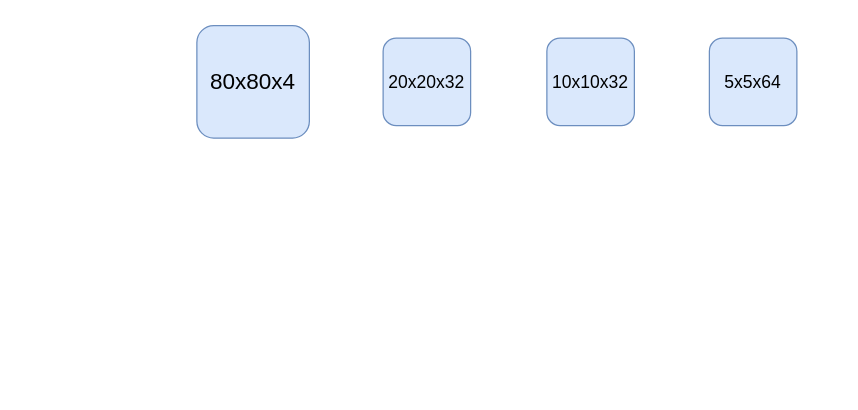
The draw.io diagram DQN网络结构.drawio in Zhou-AY/hello-world, before the edit. Source tidied: cells renumbered, new cells numbered last; positions are measured from the earlier drawing's top-left corner, leaving out a move shared by most shapes. Both pictures are drawn from the tidied source at 125%, with x=0, y=0 at pixel (196, 25). Pictures stored in the file or linked from it are replaced by grey dashed boxes.
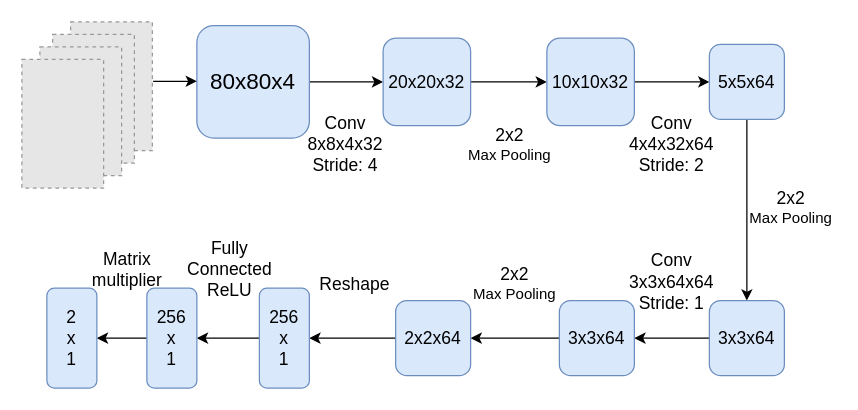
The same page after the edit.

Commit message (it also covers changes not shown here):
更新DQN网络结构.drawio

The change refers to these unchanged cells:
```xml
<mxCell id="2" value="&lt;font style=&quot;font-size: 18px;&quot;&gt;80x80x4&lt;/font&gt;" style="rounded=1;whiteSpace=wrap;html=1;fillColor=#dae8fc;strokeColor=#6c8ebf;" parent="1" vertex="1">
  <mxGeometry width="90" height="90" as="geometry" />
</mxCell>
<mxCell id="3" value="&lt;font style=&quot;font-size: 14px;&quot;&gt;20x20x32&lt;/font&gt;" style="rounded=1;whiteSpace=wrap;html=1;fillColor=#dae8fc;strokeColor=#6c8ebf;" parent="1" vertex="1">
  <mxGeometry x="149" y="10" width="70" height="70" as="geometry" />
</mxCell>
<mxCell id="4" value="&lt;font style=&quot;font-size: 14px;&quot;&gt;10x10x32&lt;/font&gt;" style="rounded=1;whiteSpace=wrap;html=1;fillColor=#dae8fc;strokeColor=#6c8ebf;" parent="1" vertex="1">
  <mxGeometry x="280" y="10" width="70" height="70" as="geometry" />
</mxCell>
```

The edit, as a diff of the source:
```diff
@@
+    <mxCell id="6" style="edgeStyle=orthogonalEdgeStyle;rounded=0;jettySize=auto;html=1;exitX=1;exitY=0.5;exitDx=0;exitDy=0;entryX=0;entryY=0.5;entryDx=0;entryDy=0;" parent="1" edge="1" source="2" target="3">
+      <mxGeometry relative="1" as="geometry" />
+    </mxCell>
@@
+    <mxCell id="7" style="edgeStyle=orthogonalEdgeStyle;rounded=0;jettySize=auto;html=1;exitX=1;exitY=0.5;exitDx=0;exitDy=0;entryX=0;entryY=0.5;entryDx=0;entryDy=0;" parent="1" edge="1" source="3" target="4">
+      <mxGeometry relative="1" as="geometry" />
+    </mxCell>
@@
+    <mxCell id="8" style="edgeStyle=orthogonalEdgeStyle;rounded=0;jettySize=auto;html=1;exitX=1;exitY=0.5;exitDx=0;exitDy=0;entryX=0;entryY=0.5;entryDx=0;entryDy=0;" parent="1" edge="1" source="4" target="5">
+      <mxGeometry relative="1" as="geometry" />
+    </mxCell>
@@
+    <mxCell id="9" style="edgeStyle=orthogonalEdgeStyle;rounded=0;jettySize=auto;html=1;exitX=0.5;exitY=1;exitDx=0;exitDy=0;entryX=0.5;entryY=0;entryDx=0;entryDy=0;" parent="1" edge="1" source="5" target="11">
+      <mxGeometry relative="1" as="geometry" />
+    </mxCell>
     <mxCell id="5" value="&lt;font style=&quot;font-size: 14px;&quot;&gt;5x5x64&lt;/font&gt;" style="rounded=1;whiteSpace=wrap;html=1;fillColor=#dae8fc;strokeColor=#6c8ebf;" parent="1" vertex="1">
-      <mxGeometry x="410" y="10" width="70" height="70" as="geometry" />
+      <mxGeometry x="410" y="15" width="60" height="60" as="geometry" />
     </mxCell>
+    <mxCell id="10" style="edgeStyle=orthogonalEdgeStyle;rounded=0;jettySize=auto;html=1;exitX=0;exitY=0.5;exitDx=0;exitDy=0;entryX=1;entryY=0.5;entryDx=0;entryDy=0;" parent="1" edge="1" source="11" target="13">
+      <mxGeometry relative="1" as="geometry" />
+    </mxCell>
+    <mxCell id="11" value="&lt;font style=&quot;font-size: 14px;&quot;&gt;3x3x64&lt;/font&gt;" style="rounded=1;whiteSpace=wrap;html=1;fillColor=#dae8fc;strokeColor=#6c8ebf;" parent="1" vertex="1">
+      <mxGeometry x="410" y="220" width="60" height="60" as="geometry" />
+    </mxCell>
+    <mxCell id="12" style="edgeStyle=orthogonalEdgeStyle;rounded=0;jettySize=auto;html=1;exitX=0;exitY=0.5;exitDx=0;exitDy=0;entryX=1;entryY=0.5;entryDx=0;entryDy=0;" parent="1" edge="1" source="13" target="15">
+      <mxGeometry relative="1" as="geometry" />
+    </mxCell>
+    <mxCell id="13" value="&lt;font style=&quot;font-size: 14px;&quot;&gt;3x3x64&lt;/font&gt;" style="rounded=1;whiteSpace=wrap;html=1;fillColor=#dae8fc;strokeColor=#6c8ebf;" parent="1" vertex="1">
+      <mxGeometry x="290" y="220" width="60" height="60" as="geometry" />
+    </mxCell>
+    <mxCell id="14" style="edgeStyle=orthogonalEdgeStyle;rounded=0;jettySize=auto;html=1;exitX=0;exitY=0.5;exitDx=0;exitDy=0;entryX=1;entryY=0.5;entryDx=0;entryDy=0;" parent="1" edge="1" source="15" target="17">
+      <mxGeometry relative="1" as="geometry" />
+    </mxCell>
+    <mxCell id="15" value="&lt;font style=&quot;font-size: 14px;&quot;&gt;2x2x64&lt;/font&gt;" style="rounded=1;whiteSpace=wrap;html=1;fillColor=#dae8fc;strokeColor=#6c8ebf;" parent="1" vertex="1">
+      <mxGeometry x="159" y="220" width="60" height="60" as="geometry" />
+    </mxCell>
+    <mxCell id="16" style="edgeStyle=orthogonalEdgeStyle;rounded=0;jettySize=auto;html=1;exitX=0;exitY=0.5;exitDx=0;exitDy=0;entryX=1;entryY=0.5;entryDx=0;entryDy=0;" parent="1" edge="1" source="17" target="19">
+      <mxGeometry relative="1" as="geometry" />
+    </mxCell>
+    <mxCell id="17" value="&lt;font style=&quot;font-size: 14px;&quot;&gt;256&lt;br&gt;x&lt;br&gt;1&lt;br&gt;&lt;/font&gt;" style="rounded=1;whiteSpace=wrap;html=1;fillColor=#dae8fc;strokeColor=#6c8ebf;" parent="1" vertex="1">
+      <mxGeometry x="50" y="210" width="40" height="80" as="geometry" />
+    </mxCell>
+    <mxCell id="18" style="edgeStyle=orthogonalEdgeStyle;rounded=0;jettySize=auto;html=1;exitX=0;exitY=0.5;exitDx=0;exitDy=0;entryX=1;entryY=0.5;entryDx=0;entryDy=0;" parent="1" edge="1" source="19" target="20">
+      <mxGeometry relative="1" as="geometry" />
+    </mxCell>
+    <mxCell id="19" value="&lt;font style=&quot;font-size: 14px;&quot;&gt;256&lt;br&gt;x&lt;br&gt;1&lt;br&gt;&lt;/font&gt;" style="rounded=1;whiteSpace=wrap;html=1;fillColor=#dae8fc;strokeColor=#6c8ebf;" parent="1" vertex="1">
+      <mxGeometry x="-40" y="210" width="40" height="80" as="geometry" />
+    </mxCell>
+    <mxCell id="20" value="&lt;font style=&quot;font-size: 14px;&quot;&gt;2&lt;br&gt;x&lt;br&gt;1&lt;br&gt;&lt;/font&gt;" style="rounded=1;whiteSpace=wrap;html=1;fillColor=#dae8fc;strokeColor=#6c8ebf;" parent="1" vertex="1">
+      <mxGeometry x="-120" y="210" width="40" height="80" as="geometry" />
+    </mxCell>
+    <mxCell id="21" value="&lt;font style=&quot;font-size: 14px;&quot;&gt;Conv&lt;br&gt;8x8x4x32&lt;br&gt;Stride: 4&lt;/font&gt;" style="text;html=1;strokeColor=none;fillColor=none;align=center;verticalAlign=middle;whiteSpace=wrap;rounded=0;" parent="1" vertex="1">
+      <mxGeometry x="89" y="80" width="60" height="30" as="geometry" />
+    </mxCell>
+    <mxCell id="22" value="&lt;font style=&quot;font-size: 14px;&quot;&gt;Conv&lt;br&gt;4x4x32x64&lt;br&gt;Stride: 2&lt;/font&gt;" style="text;html=1;strokeColor=none;fillColor=none;align=center;verticalAlign=middle;whiteSpace=wrap;rounded=0;" parent="1" vertex="1">
+      <mxGeometry x="350" y="80" width="60" height="30" as="geometry" />
+    </mxCell>
+    <mxCell id="23" value="&lt;span style=&quot;font-size: 14px;&quot;&gt;2x2&lt;br&gt;&lt;/span&gt;Max Pooling" style="text;html=1;strokeColor=none;fillColor=none;align=center;verticalAlign=middle;whiteSpace=wrap;rounded=0;" parent="1" vertex="1">
+      <mxGeometry x="215" y="80" width="71" height="30" as="geometry" />
+    </mxCell>
+    <mxCell id="24" value="&lt;font style=&quot;font-size: 14px;&quot;&gt;Conv&lt;br&gt;3x3x64x64&lt;br&gt;Stride: 1&lt;/font&gt;" style="text;html=1;strokeColor=none;fillColor=none;align=center;verticalAlign=middle;whiteSpace=wrap;rounded=0;" parent="1" vertex="1">
+      <mxGeometry x="350" y="190" width="60" height="30" as="geometry" />
+    </mxCell>
+    <mxCell id="25" value="&lt;span style=&quot;font-size: 14px;&quot;&gt;2x2&lt;br&gt;&lt;/span&gt;Max Pooling" style="text;html=1;strokeColor=none;fillColor=none;align=center;verticalAlign=middle;whiteSpace=wrap;rounded=0;" parent="1" vertex="1">
+      <mxGeometry x="219" y="191" width="71" height="30" as="geometry" />
+    </mxCell>
+    <mxCell id="26" value="&lt;span style=&quot;font-size: 14px;&quot;&gt;2x2&lt;br&gt;&lt;/span&gt;Max Pooling" style="text;html=1;strokeColor=none;fillColor=none;align=center;verticalAlign=middle;whiteSpace=wrap;rounded=0;" parent="1" vertex="1">
+      <mxGeometry x="440" y="130" width="71" height="30" as="geometry" />
+    </mxCell>
+    <mxCell id="27" value="&lt;span style=&quot;font-size: 14px;&quot;&gt;Reshape&lt;br&gt;&lt;/span&gt;" style="text;html=1;strokeColor=none;fillColor=none;align=center;verticalAlign=middle;whiteSpace=wrap;rounded=0;" parent="1" vertex="1">
+      <mxGeometry x="91" y="192" width="71" height="30" as="geometry" />
+    </mxCell>
+    <mxCell id="28" value="&lt;span style=&quot;font-size: 14px;&quot;&gt;Fully&lt;br&gt;Connected&lt;br&gt;ReLU&lt;br&gt;&lt;/span&gt;" style="text;html=1;strokeColor=none;fillColor=none;align=center;verticalAlign=middle;whiteSpace=wrap;rounded=0;" parent="1" vertex="1">
+      <mxGeometry x="-9" y="180" width="71" height="30" as="geometry" />
+    </mxCell>
+    <mxCell id="29" value="&lt;span style=&quot;font-size: 14px;&quot;&gt;Matrix&lt;br&gt;multiplier&lt;br&gt;&lt;/span&gt;" style="text;html=1;strokeColor=none;fillColor=none;align=center;verticalAlign=middle;whiteSpace=wrap;rounded=0;" parent="1" vertex="1">
+      <mxGeometry x="-91" y="180" width="71" height="30" as="geometry" />
+    </mxCell>
+    <mxCell id="30" style="fillColor=#E6E6E6;strokeColor=#999999;dashed=1;verticalLabelPosition=bottom;verticalAlign=top;" parent="1" vertex="1">
+      <mxGeometry x="-101" y="-3" width="65.4" height="103" as="geometry" />
+    </mxCell>
+    <mxCell id="31" style="fillColor=#E6E6E6;strokeColor=#999999;dashed=1;verticalLabelPosition=bottom;verticalAlign=top;" parent="1" vertex="1">
+      <mxGeometry x="-115.4" y="7" width="65.4" height="103" as="geometry" />
+    </mxCell>
+    <mxCell id="32" style="fillColor=#E6E6E6;strokeColor=#999999;dashed=1;verticalLabelPosition=bottom;verticalAlign=top;" parent="1" vertex="1">
+      <mxGeometry x="-125.6" y="17" width="65.4" height="103" as="geometry" />
+    </mxCell>
+    <mxCell id="33" style="fillColor=#E6E6E6;strokeColor=#999999;dashed=1;verticalLabelPosition=bottom;verticalAlign=top;" parent="1" vertex="1">
+      <mxGeometry x="-140" y="27" width="65.4" height="103" as="geometry" />
+    </mxCell>
+    <mxCell id="34" style="edgeStyle=none;orthogonalLoop=1;jettySize=auto;html=1;rounded=0;" parent="1" edge="1">
+      <mxGeometry relative="1" as="geometry">
+        <mxPoint x="-35" y="44.5" as="sourcePoint" />
+        <mxPoint y="44.5" as="targetPoint" />
+      </mxGeometry>
+    </mxCell>
```
